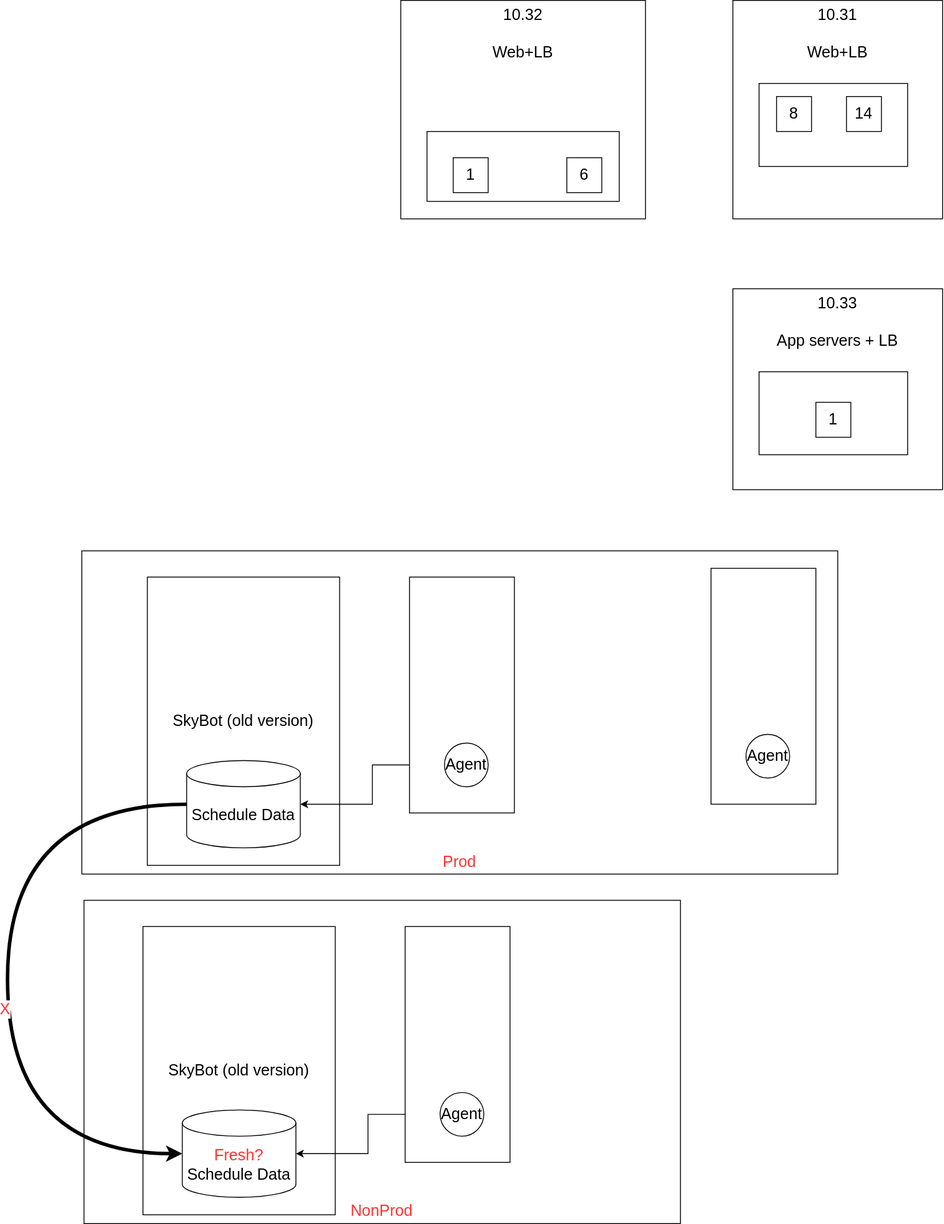
Earlier version of the draw.io export currentdevtestinfrastructures_tobecleaned.svg (vjavle/invoicecloud). Source tidied: cells renumbered, new cells last; positions are measured from the earlier drawing's top-left corner, leaving out a move shared by most shapes.
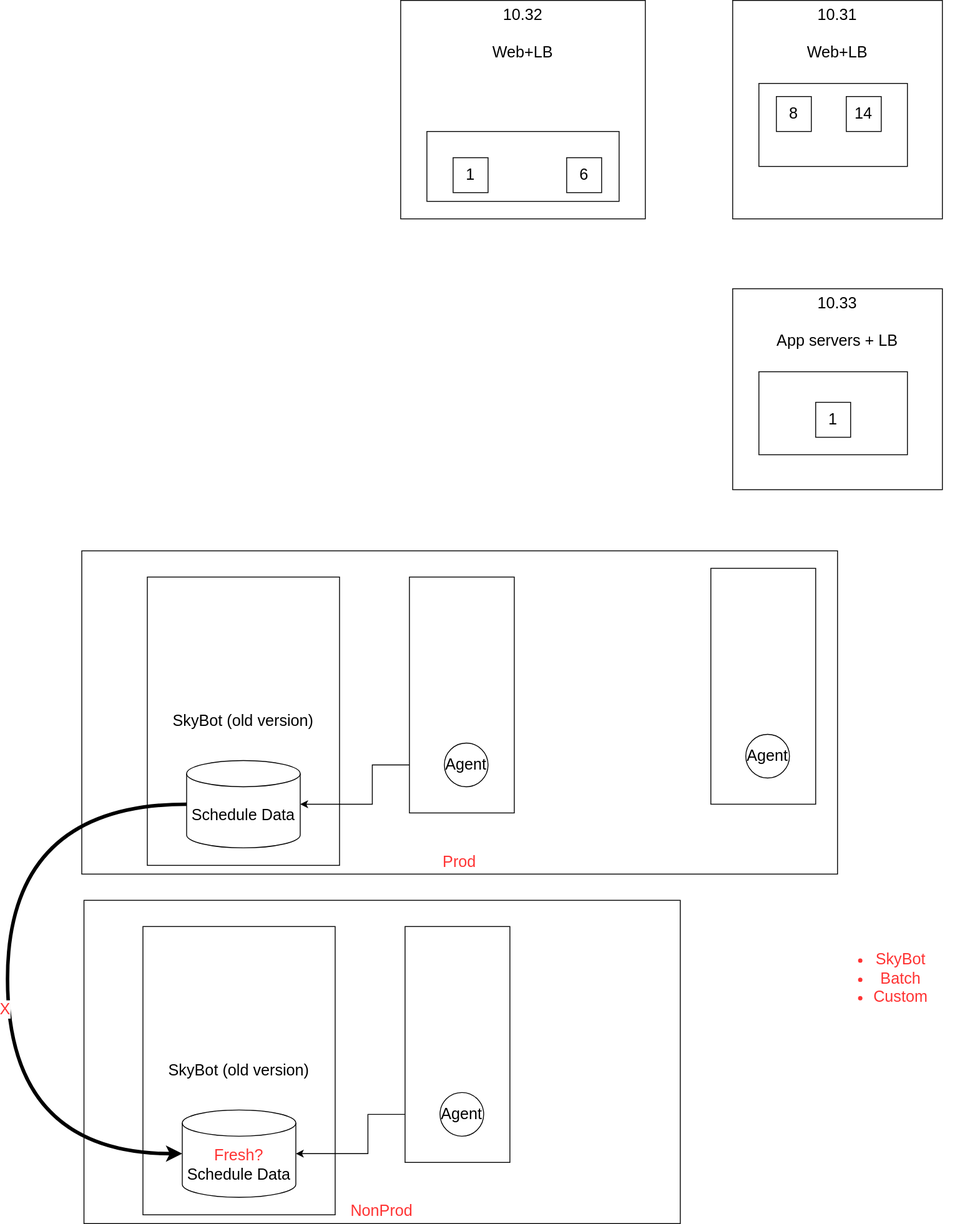
The same diagram one commit later.

Change to the diagram source:
```diff
@@ -88,5 +88,8 @@
     <mxCell id="28" value="Agent" style="ellipse;whiteSpace=wrap;html=1;fontSize=18;" parent="1" vertex="1">
       <mxGeometry x="495" y="1250" width="50" height="50" as="geometry" />
     </mxCell>
+    <mxCell id="29" value="&lt;ul&gt;&lt;li&gt;SkyBot&lt;/li&gt;&lt;li&gt;Batch&lt;/li&gt;&lt;li&gt;Custom&lt;/li&gt;&lt;/ul&gt;" style="text;html=1;strokeColor=none;fillColor=none;align=center;verticalAlign=middle;whiteSpace=wrap;rounded=0;fontSize=18;fontColor=#FF3333;" parent="1" vertex="1">
+      <mxGeometry x="905" y="1080" width="195" height="80" as="geometry" />
+    </mxCell>
   </root>
 </mxGraphModel>
```
